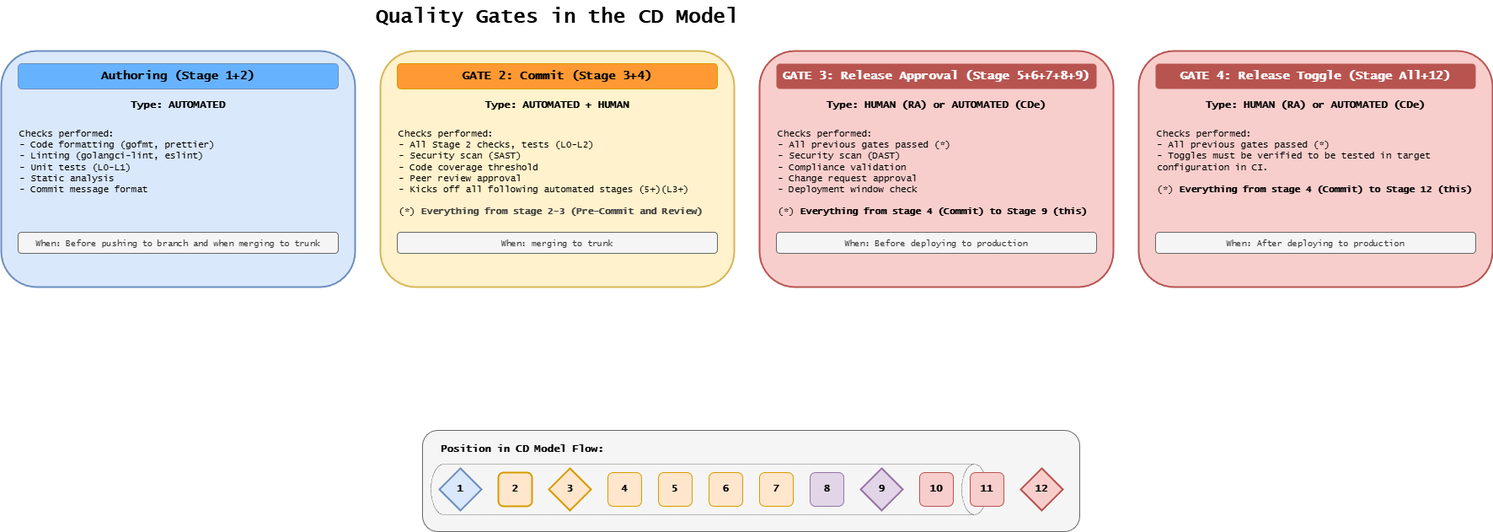
The draw.io diagram docs/assets/assisted/04-quality-gates.drawio.png in ready-to-release/eac, before a commit. Source tidied: cells renumbered, new cells last; positions are measured from the earlier drawing's top-left corner, leaving out a move shared by most shapes.
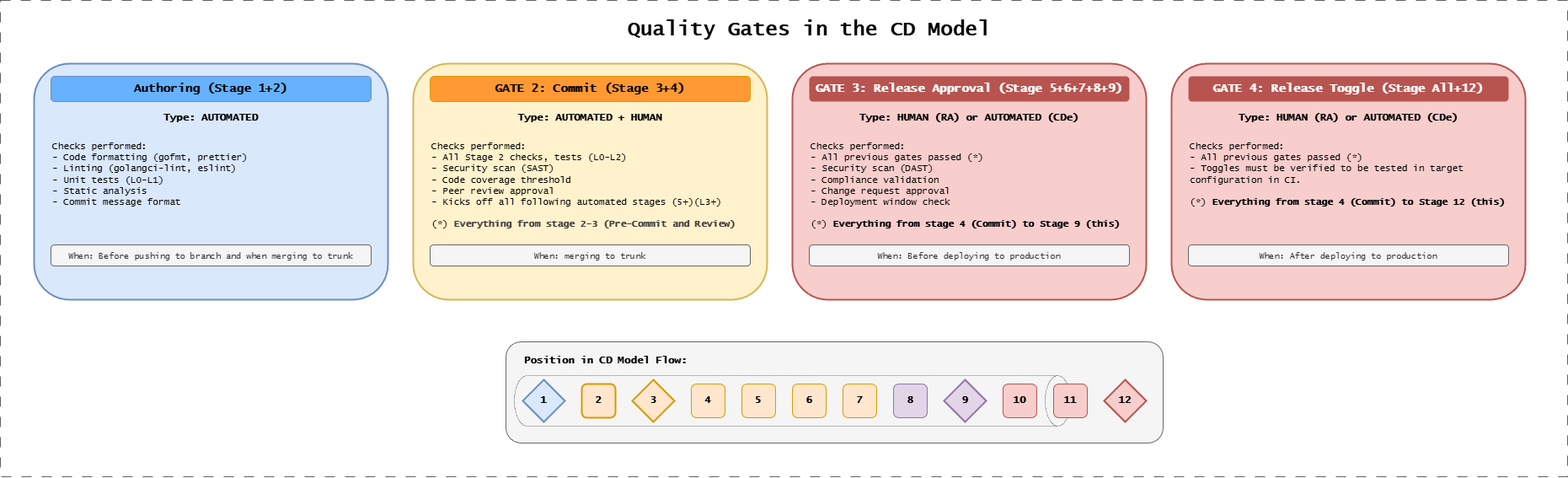
The same diagram one commit later.

What changed in the source:
```diff
@@ -3,7 +3,7 @@
     <mxCell id="0" />
     <mxCell id="1" parent="0" />
     <mxCell id="2" value="Quality Gates in the CD Model" style="text;html=1;strokeColor=none;fillColor=none;align=center;verticalAlign=middle;whiteSpace=wrap;rounded=0;fontFamily=Lucida Console;fontStyle=1;fontSize=24;" parent="1" vertex="1">
-      <mxGeometry x="360" width="600" height="40" as="geometry" />
+      <mxGeometry x="620" width="600" height="40" as="geometry" />
     </mxCell>
     <mxCell id="3" style="rounded=1;whiteSpace=wrap;html=1;fillColor=#dae8fc;strokeColor=#6c8ebf;strokeWidth=2;" parent="1" vertex="1">
       <mxGeometry y="60" width="420" height="280" as="geometry" />
@@ -50,65 +50,71 @@
     <mxCell id="17" value="When: Before deploying to production" style="text;html=1;strokeColor=#666666;fillColor=#f5f5f5;align=center;verticalAlign=middle;whiteSpace=wrap;rounded=1;fontFamily=Lucida Console;fontSize=10;fontColor=#333333;" parent="1" vertex="1">
       <mxGeometry x="920" y="275" width="380" height="25" as="geometry" />
     </mxCell>
+    <mxCell id="31" style="rounded=1;whiteSpace=wrap;html=1;fillColor=#f8cecc;strokeColor=#b85450;strokeWidth=2;" parent="1" vertex="1">
+      <mxGeometry x="1350" y="60" width="420" height="280" as="geometry" />
+    </mxCell>
+    <mxCell id="32" value="GATE 4: Release Toggle (Stage All+12)" style="text;html=1;strokeColor=none;fillColor=#b85450;align=center;verticalAlign=middle;whiteSpace=wrap;rounded=1;fontFamily=Lucida Console;fontStyle=1;fontSize=14;fontColor=#ffffff;" parent="1" vertex="1">
+      <mxGeometry x="1370" y="75" width="380" height="30" as="geometry" />
+    </mxCell>
+    <mxCell id="33" value="Type: HUMAN (RA) or AUTOMATED (CDe)" style="text;html=1;strokeColor=none;fillColor=none;align=center;verticalAlign=middle;whiteSpace=wrap;rounded=0;fontFamily=Lucida Console;fontStyle=1;fontSize=12;" parent="1" vertex="1">
+      <mxGeometry x="1370" y="115" width="380" height="20" as="geometry" />
+    </mxCell>
+    <mxCell id="34" value="Checks performed:&lt;br&gt;- All previous gates passed (*)&lt;br&gt;- Toggles must be verified to be tested in target configuration in CI.&lt;br&gt;&lt;b&gt;&lt;font&gt;&lt;br&gt;&lt;/font&gt;&lt;/b&gt;&lt;span style=&quot;color: rgb(0, 0, 0);&quot;&gt;(*)&amp;nbsp;&lt;/span&gt;&lt;b&gt;&lt;font&gt;Everything from stage 4 (Commit) to Stage 12 (this)&lt;/font&gt;&lt;/b&gt;" style="text;html=1;strokeColor=none;fillColor=none;align=left;verticalAlign=top;whiteSpace=wrap;rounded=0;fontFamily=Lucida Console;fontSize=11;" parent="1" vertex="1">
+      <mxGeometry x="1370" y="145" width="380" height="120" as="geometry" />
+    </mxCell>
+    <mxCell id="35" value="When: After deploying to production" style="text;html=1;strokeColor=#666666;fillColor=#f5f5f5;align=center;verticalAlign=middle;whiteSpace=wrap;rounded=1;fontFamily=Lucida Console;fontSize=10;fontColor=#333333;" parent="1" vertex="1">
+      <mxGeometry x="1370" y="275" width="380" height="25" as="geometry" />
+    </mxCell>
+    <mxCell id="38" style="group;strokeColor=#616161;dashed=1;dashPattern=12 12;fontFamily=Lucida Console;fontSize=19;fontStyle=1;" parent="1" vertex="1">
+      <mxGeometry x="-40" y="-15" width="1860" height="565" as="geometry" />
+    </mxCell>
+    <mxCell id="39" style="group;" parent="1" vertex="1">
+      <mxGeometry x="560" y="390" width="780" height="120" as="geometry" />
+    </mxCell>
-    <mxCell id="18" style="rounded=1;whiteSpace=wrap;html=1;fillColor=#f5f5f5;strokeColor=#666666;strokeWidth=1;" parent="1" vertex="1">
-      <mxGeometry x="500" y="510" width="780" height="120" as="geometry" />
+    <mxCell id="18" style="rounded=1;whiteSpace=wrap;html=1;fillColor=#f5f5f5;strokeColor=#666666;strokeWidth=1;" parent="39" vertex="1">
+      <mxGeometry width="780" height="120" as="geometry" />
     </mxCell>
-    <mxCell id="19" value="Position in CD Model Flow:" style="text;html=1;strokeColor=none;fillColor=none;align=left;verticalAlign=middle;whiteSpace=wrap;rounded=0;fontFamily=Lucida Console;fontStyle=1;fontSize=12;" parent="1" vertex="1">
-      <mxGeometry x="520" y="520" width="300" height="25" as="geometry" />
+    <mxCell id="19" value="Position in CD Model Flow:" style="text;html=1;strokeColor=none;fillColor=none;align=left;verticalAlign=middle;whiteSpace=wrap;rounded=0;fontFamily=Lucida Console;fontStyle=1;fontSize=12;" parent="39" vertex="1">
+      <mxGeometry x="20" y="10" width="300" height="25" as="geometry" />
     </mxCell>
-    <mxCell id="20" value="2" style="rounded=1;whiteSpace=wrap;html=1;fillColor=#ffe6cc;strokeColor=#d79b00;strokeWidth=2;fontFamily=Lucida Console;fontStyle=1;" parent="1" vertex="1">
-      <mxGeometry x="590" y="560" width="40" height="40" as="geometry" />
+    <mxCell id="20" value="2" style="rounded=1;whiteSpace=wrap;html=1;fillColor=#ffe6cc;strokeColor=#d79b00;strokeWidth=2;fontFamily=Lucida Console;fontStyle=1;" parent="39" vertex="1">
+      <mxGeometry x="90" y="50" width="40" height="40" as="geometry" />
     </mxCell>
-    <mxCell id="21" value="1" style="rhombus;whiteSpace=wrap;html=1;fillColor=#dae8fc;strokeColor=#6c8ebf;strokeWidth=2;fontFamily=Lucida Console;fontStyle=1;" parent="1" vertex="1">
-      <mxGeometry x="520" y="555" width="50" height="50" as="geometry" />
+    <mxCell id="21" value="1" style="rhombus;whiteSpace=wrap;html=1;fillColor=#dae8fc;strokeColor=#6c8ebf;strokeWidth=2;fontFamily=Lucida Console;fontStyle=1;" parent="39" vertex="1">
+      <mxGeometry x="20" y="45" width="50" height="50" as="geometry" />
     </mxCell>
-    <mxCell id="22" value="3" style="rhombus;whiteSpace=wrap;html=1;fillColor=#ffe6cc;strokeColor=#d79b00;strokeWidth=2;fontFamily=Lucida Console;fontStyle=1;" parent="1" vertex="1">
-      <mxGeometry x="650" y="555" width="50" height="50" as="geometry" />
+    <mxCell id="22" value="3" style="rhombus;whiteSpace=wrap;html=1;fillColor=#ffe6cc;strokeColor=#d79b00;strokeWidth=2;fontFamily=Lucida Console;fontStyle=1;" parent="39" vertex="1">
+      <mxGeometry x="150" y="45" width="50" height="50" as="geometry" />
     </mxCell>
-    <mxCell id="23" value="4" style="rounded=1;whiteSpace=wrap;html=1;fillColor=#ffe6cc;strokeColor=#d79b00;strokeWidth=1;fontFamily=Lucida Console;fontStyle=1;" parent="1" vertex="1">
-      <mxGeometry x="720" y="560" width="40" height="40" as="geometry" />
+    <mxCell id="23" value="4" style="rounded=1;whiteSpace=wrap;html=1;fillColor=#ffe6cc;strokeColor=#d79b00;strokeWidth=1;fontFamily=Lucida Console;fontStyle=1;" parent="39" vertex="1">
+      <mxGeometry x="220" y="50" width="40" height="40" as="geometry" />
     </mxCell>
-    <mxCell id="24" value="5" style="rounded=1;whiteSpace=wrap;html=1;fillColor=#ffe6cc;strokeColor=#d79b00;strokeWidth=1;fontFamily=Lucida Console;fontStyle=1;" parent="1" vertex="1">
-      <mxGeometry x="780" y="560" width="40" height="40" as="geometry" />
+    <mxCell id="24" value="5" style="rounded=1;whiteSpace=wrap;html=1;fillColor=#ffe6cc;strokeColor=#d79b00;strokeWidth=1;fontFamily=Lucida Console;fontStyle=1;" parent="39" vertex="1">
+      <mxGeometry x="280" y="50" width="40" height="40" as="geometry" />
     </mxCell>
-    <mxCell id="25" value="6" style="rounded=1;whiteSpace=wrap;html=1;fillColor=#ffe6cc;strokeColor=#d79b00;strokeWidth=1;fontFamily=Lucida Console;fontStyle=1;" parent="1" vertex="1">
-      <mxGeometry x="840" y="560" width="40" height="40" as="geometry" />
+    <mxCell id="25" value="6" style="rounded=1;whiteSpace=wrap;html=1;fillColor=#ffe6cc;strokeColor=#d79b00;strokeWidth=1;fontFamily=Lucida Console;fontStyle=1;" parent="39" vertex="1">
+      <mxGeometry x="340" y="50" width="40" height="40" as="geometry" />
     </mxCell>
-    <mxCell id="26" value="7" style="rounded=1;whiteSpace=wrap;html=1;fillColor=#ffe6cc;strokeColor=#d79b00;strokeWidth=1;fontFamily=Lucida Console;fontStyle=1;" parent="1" vertex="1">
-      <mxGeometry x="900" y="560" width="40" height="40" as="geometry" />
+    <mxCell id="26" value="7" style="rounded=1;whiteSpace=wrap;html=1;fillColor=#ffe6cc;strokeColor=#d79b00;strokeWidth=1;fontFamily=Lucida Console;fontStyle=1;" parent="39" vertex="1">
+      <mxGeometry x="400" y="50" width="40" height="40" as="geometry" />
     </mxCell>
-    <mxCell id="27" value="8" style="rounded=1;whiteSpace=wrap;html=1;fillColor=#e1d5e7;strokeColor=#9673a6;strokeWidth=1;fontFamily=Lucida Console;fontStyle=1;" parent="1" vertex="1">
-      <mxGeometry x="960" y="560" width="40" height="40" as="geometry" />
+    <mxCell id="27" value="8" style="rounded=1;whiteSpace=wrap;html=1;fillColor=#e1d5e7;strokeColor=#9673a6;strokeWidth=1;fontFamily=Lucida Console;fontStyle=1;" parent="39" vertex="1">
+      <mxGeometry x="460" y="50" width="40" height="40" as="geometry" />
     </mxCell>
-    <mxCell id="28" value="9" style="rhombus;whiteSpace=wrap;html=1;fillColor=#e1d5e7;strokeColor=#9673a6;strokeWidth=2;fontFamily=Lucida Console;fontStyle=1;" parent="1" vertex="1">
-      <mxGeometry x="1020" y="555" width="50" height="50" as="geometry" />
+    <mxCell id="28" value="9" style="rhombus;whiteSpace=wrap;html=1;fillColor=#e1d5e7;strokeColor=#9673a6;strokeWidth=2;fontFamily=Lucida Console;fontStyle=1;" parent="39" vertex="1">
+      <mxGeometry x="520" y="45" width="50" height="50" as="geometry" />
     </mxCell>
-    <mxCell id="29" value="10" style="rounded=1;whiteSpace=wrap;html=1;fillColor=#f8cecc;strokeColor=#b85450;strokeWidth=1;fontFamily=Lucida Console;fontStyle=1;" parent="1" vertex="1">
-      <mxGeometry x="1090" y="560" width="40" height="40" as="geometry" />
+    <mxCell id="29" value="10" style="rounded=1;whiteSpace=wrap;html=1;fillColor=#f8cecc;strokeColor=#b85450;strokeWidth=1;fontFamily=Lucida Console;fontStyle=1;" parent="39" vertex="1">
+      <mxGeometry x="590" y="50" width="40" height="40" as="geometry" />
     </mxCell>
-    <mxCell id="30" value="12" style="rhombus;whiteSpace=wrap;html=1;fillColor=#f8cecc;strokeColor=#b85450;strokeWidth=2;fontFamily=Lucida Console;fontStyle=1;" parent="1" vertex="1">
-      <mxGeometry x="1210" y="555" width="50" height="50" as="geometry" />
+    <mxCell id="30" value="12" style="rhombus;whiteSpace=wrap;html=1;fillColor=#f8cecc;strokeColor=#b85450;strokeWidth=2;fontFamily=Lucida Console;fontStyle=1;" parent="39" vertex="1">
+      <mxGeometry x="710" y="45" width="50" height="50" as="geometry" />
     </mxCell>
-    <mxCell id="31" style="rounded=1;whiteSpace=wrap;html=1;fillColor=#f8cecc;strokeColor=#b85450;strokeWidth=2;" parent="1" vertex="1">
-      <mxGeometry x="1350" y="60" width="420" height="280" as="geometry" />
-    </mxCell>
-    <mxCell id="32" value="GATE 4: Release Toggle (Stage All+12)" style="text;html=1;strokeColor=none;fillColor=#b85450;align=center;verticalAlign=middle;whiteSpace=wrap;rounded=1;fontFamily=Lucida Console;fontStyle=1;fontSize=14;fontColor=#ffffff;" parent="1" vertex="1">
-      <mxGeometry x="1370" y="75" width="380" height="30" as="geometry" />
-    </mxCell>
-    <mxCell id="33" value="Type: HUMAN (RA) or AUTOMATED (CDe)" style="text;html=1;strokeColor=none;fillColor=none;align=center;verticalAlign=middle;whiteSpace=wrap;rounded=0;fontFamily=Lucida Console;fontStyle=1;fontSize=12;" parent="1" vertex="1">
-      <mxGeometry x="1370" y="115" width="380" height="20" as="geometry" />
-    </mxCell>
-    <mxCell id="34" value="Checks performed:&lt;br&gt;- All previous gates passed (*)&lt;br&gt;- Toggles must be verified to be tested in target configuration in CI.&lt;br&gt;&lt;b&gt;&lt;font&gt;&lt;br&gt;&lt;/font&gt;&lt;/b&gt;&lt;span style=&quot;color: rgb(0, 0, 0);&quot;&gt;(*)&amp;nbsp;&lt;/span&gt;&lt;b&gt;&lt;font&gt;Everything from stage 4 (Commit) to Stage 12 (this)&lt;/font&gt;&lt;/b&gt;" style="text;html=1;strokeColor=none;fillColor=none;align=left;verticalAlign=top;whiteSpace=wrap;rounded=0;fontFamily=Lucida Console;fontSize=11;" parent="1" vertex="1">
-      <mxGeometry x="1370" y="145" width="380" height="120" as="geometry" />
-    </mxCell>
-    <mxCell id="35" value="When: After deploying to production" style="text;html=1;strokeColor=#666666;fillColor=#f5f5f5;align=center;verticalAlign=middle;whiteSpace=wrap;rounded=1;fontFamily=Lucida Console;fontSize=10;fontColor=#333333;" parent="1" vertex="1">
-      <mxGeometry x="1370" y="275" width="380" height="25" as="geometry" />
-    </mxCell>
-    <mxCell id="36" style="shape=cylinder3;whiteSpace=wrap;html=1;boundedLbl=1;backgroundOutline=1;size=15;fillColor=none;direction=south;strokeWidth=0.3;" parent="1" vertex="1">
-      <mxGeometry x="510" y="550" width="660" height="60" as="geometry" />
+    <mxCell id="36" style="shape=cylinder3;whiteSpace=wrap;html=1;boundedLbl=1;backgroundOutline=1;size=15;fillColor=none;direction=south;strokeWidth=0.3;" parent="39" vertex="1">
+      <mxGeometry x="10" y="40" width="660" height="60" as="geometry" />
     </mxCell>
-    <mxCell id="37" value="11" style="rounded=1;whiteSpace=wrap;html=1;fillColor=#f8cecc;strokeColor=#b85450;strokeWidth=1;fontFamily=Lucida Console;fontStyle=1;" parent="1" vertex="1">
-      <mxGeometry x="1150" y="560" width="40" height="40" as="geometry" />
+    <mxCell id="37" value="11" style="rounded=1;whiteSpace=wrap;html=1;fillColor=#f8cecc;strokeColor=#b85450;strokeWidth=1;fontFamily=Lucida Console;fontStyle=1;" parent="39" vertex="1">
+      <mxGeometry x="650" y="50" width="40" height="40" as="geometry" />
     </mxCell>
   </root>
 </mxGraphModel>
```
